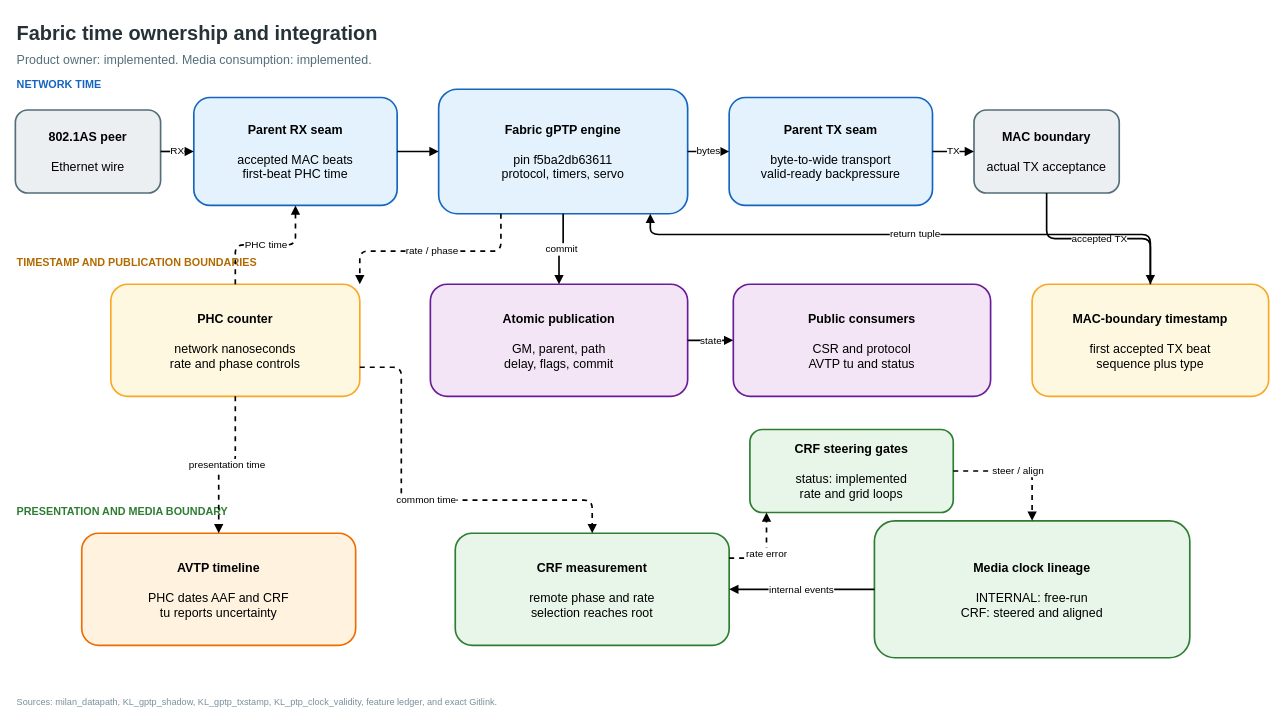
kebag-logic/milan-fpga keeps this draw.io diagram as docs/diagrams/timesync_chain.drawio. Above is the earlier version. Source tidied: cells renumbered, new cells numbered last; positions are measured from the earlier drawing's top-left corner, leaving out a move shared by most shapes. Both pictures are drawn from the tidied source at 83%, with x=0, y=0 at pixel (15, 14).
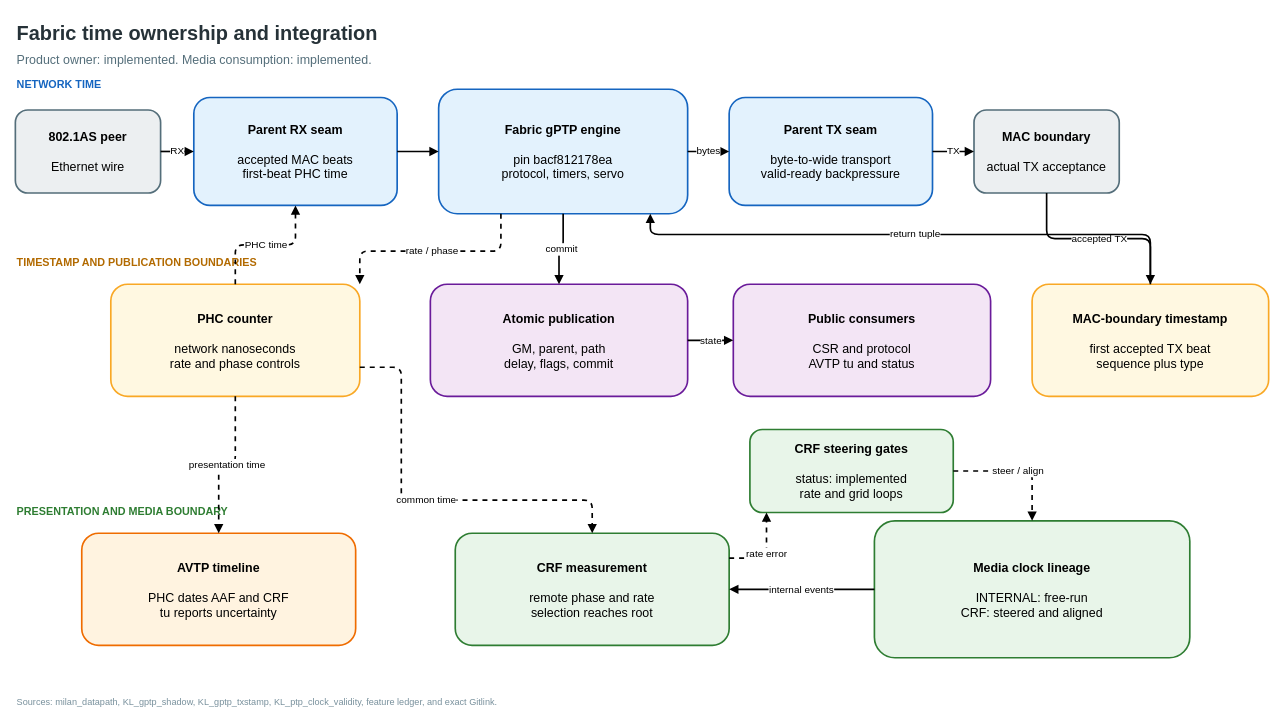
The same diagram, later.

Commit message (it also covers changes not shown here):
Follow the gPTP donor pin after the rebase onto dev

Diff of the diagram source:
```diff
@@
-    <mxCell id="10" value="&lt;b&gt;Fabric gPTP engine&lt;/b&gt;&lt;br&gt;&lt;br&gt;pin f5ba2db63611&lt;br&gt;protocol, timers, servo" style="rounded=1;whiteSpace=wrap;html=1;verticalAlign=middle;align=center;fontSize=15;strokeWidth=2;fillColor=#E3F2FD;strokeColor=#1565C0;" parent="1" vertex="1">
+    <mxCell id="10" value="&lt;b&gt;Fabric gPTP engine&lt;/b&gt;&lt;br&gt;&lt;br&gt;pin bacf812178ea&lt;br&gt;protocol, timers, servo" style="rounded=1;whiteSpace=wrap;html=1;verticalAlign=middle;align=center;fontSize=15;strokeWidth=2;fillColor=#E3F2FD;strokeColor=#1565C0;" parent="1" vertex="1">
       <mxGeometry x="510" y="90" width="300" height="150" as="geometry" />
     </mxCell>
```
